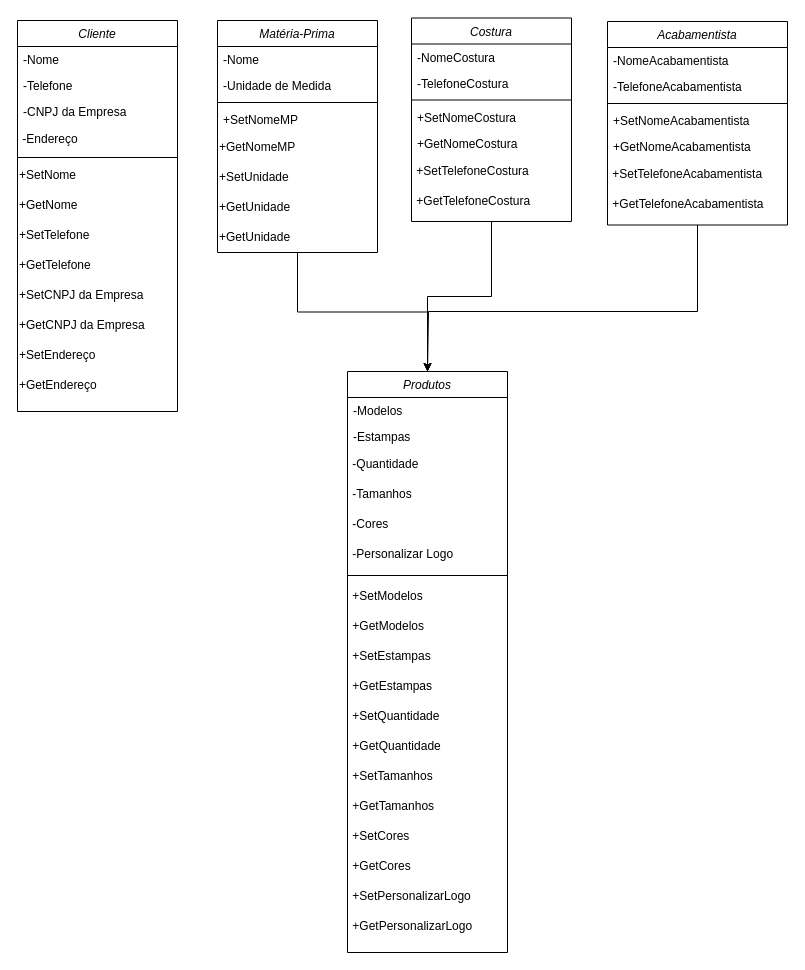
Above: diagrama de classes/classe.drawio in pamelinha07/Trolls (draw.io), before the change. Source tidied: cells renumbered, new cells numbered last; positions are measured from the earlier drawing's top-left corner, leaving out a move shared by most shapes. Both pictures are drawn from the tidied source at 100%, with x=0, y=0 at pixel (17, 17).
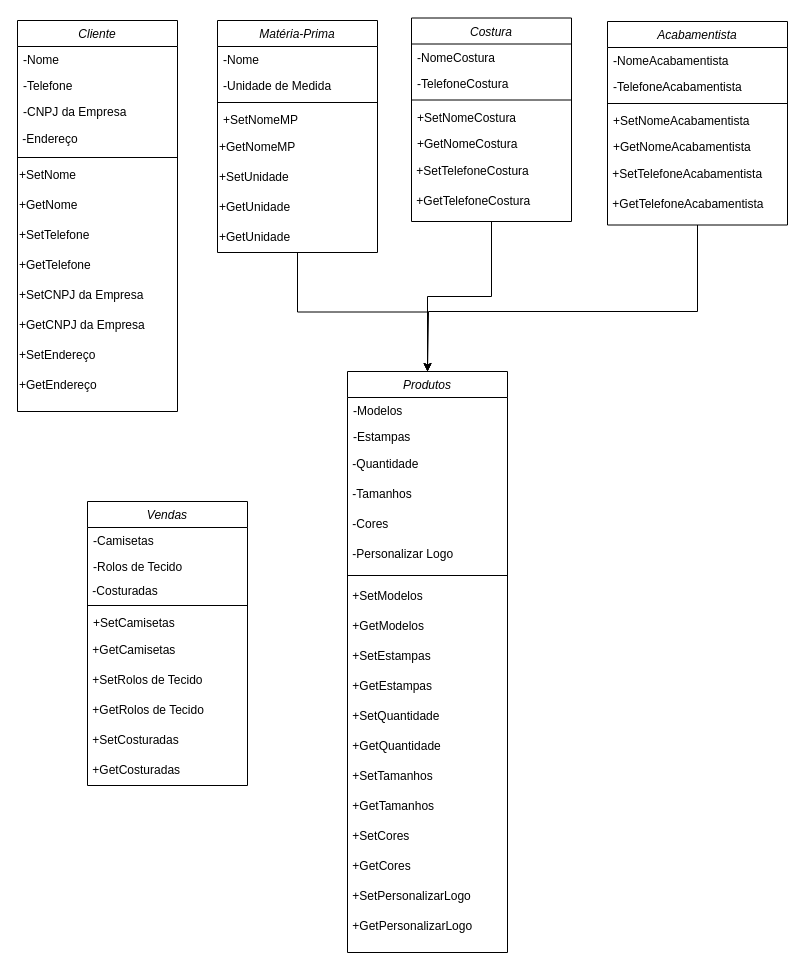
The same page after the edit.

Diff of the diagram source:
```diff
@@
+    <mxCell id="64" value="Vendas" style="swimlane;fontStyle=2;align=center;verticalAlign=top;horizontal=1;startSize=26;rounded=0;shadow=0;strokeWidth=1;" parent="1" vertex="1">
+      <mxGeometry x="70" y="484" width="160" height="284" as="geometry" />
+    </mxCell>
+    <mxCell id="65" value="-Camisetas" style="text;align=left;verticalAlign=top;spacingLeft=4;spacingRight=4;overflow=hidden;" parent="64" vertex="1">
+      <mxGeometry y="26" width="160" height="26" as="geometry" />
+    </mxCell>
+    <mxCell id="66" value="-Rolos de Tecido&#10;" style="text;align=left;verticalAlign=top;spacingLeft=4;spacingRight=4;overflow=hidden;rounded=0;shadow=0;html=0;" parent="64" vertex="1">
+      <mxGeometry y="52" width="160" height="28" as="geometry" />
+    </mxCell>
+    <mxCell id="67" value="&amp;nbsp;-Costuradas" style="text;html=1;align=left;verticalAlign=middle;whiteSpace=wrap;rounded=0;" parent="64" vertex="1">
+      <mxGeometry y="80" width="160" height="20" as="geometry" />
+    </mxCell>
+    <mxCell id="68" style="line;html=1;strokeWidth=1;align=left;verticalAlign=middle;spacingTop=-1;spacingLeft=3;spacingRight=3;labelPosition=right;" parent="64" vertex="1">
+      <mxGeometry y="100" width="160" height="8" as="geometry" />
+    </mxCell>
+    <mxCell id="69" value="+SetCamisetas" style="text;align=left;verticalAlign=top;spacingLeft=4;spacingRight=4;overflow=hidden;fontStyle=0;" parent="64" vertex="1">
+      <mxGeometry y="108" width="160" height="26" as="geometry" />
+    </mxCell>
+    <mxCell id="70" value="&amp;nbsp;+GetCamisetas" style="text;html=1;align=left;verticalAlign=middle;strokeColor=none;fillColor=none;" parent="64" vertex="1">
+      <mxGeometry y="134" width="160" height="30" as="geometry" />
+    </mxCell>
+    <mxCell id="71" value="&amp;nbsp;+SetRolos de Tecido" style="text;html=1;align=left;verticalAlign=middle;strokeColor=none;fillColor=none;" parent="64" vertex="1">
+      <mxGeometry y="164" width="160" height="30" as="geometry" />
+    </mxCell>
+    <mxCell id="72" value="&amp;nbsp;+GetRolos de Tecido" style="text;html=1;align=left;verticalAlign=middle;strokeColor=none;fillColor=none;" parent="64" vertex="1">
+      <mxGeometry y="194" width="160" height="30" as="geometry" />
+    </mxCell>
+    <mxCell id="73" value="&amp;nbsp;+SetCosturadas" style="text;html=1;align=left;verticalAlign=middle;strokeColor=none;fillColor=none;" parent="64" vertex="1">
+      <mxGeometry y="224" width="160" height="30" as="geometry" />
+    </mxCell>
+    <mxCell id="74" value="&amp;nbsp;+GetCosturadas" style="text;html=1;align=left;verticalAlign=middle;strokeColor=none;fillColor=none;" parent="64" vertex="1">
+      <mxGeometry y="254" width="160" height="30" as="geometry" />
+    </mxCell>
```
